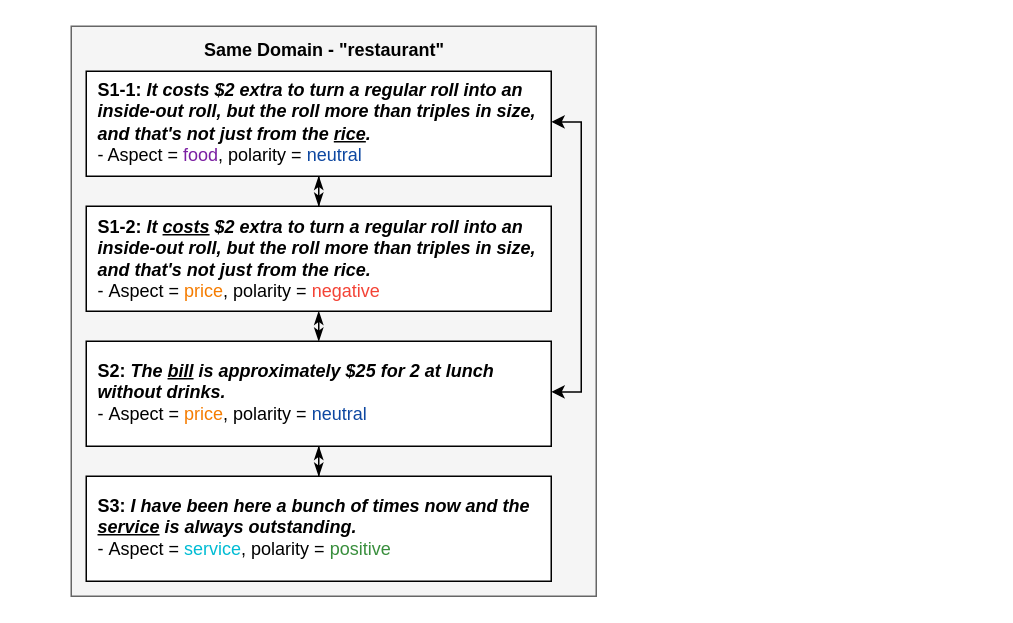
This is Untitled Diagram.drawio from cj-wade/hello-world, a draw.io file, before an edit. Source tidied: cells renumbered, new cells numbered last; positions are measured from the earlier drawing's top-left corner, leaving out a move shared by most shapes. Both pictures are drawn from the tidied source at 150%, with x=0, y=0 at pixel (70, 26).
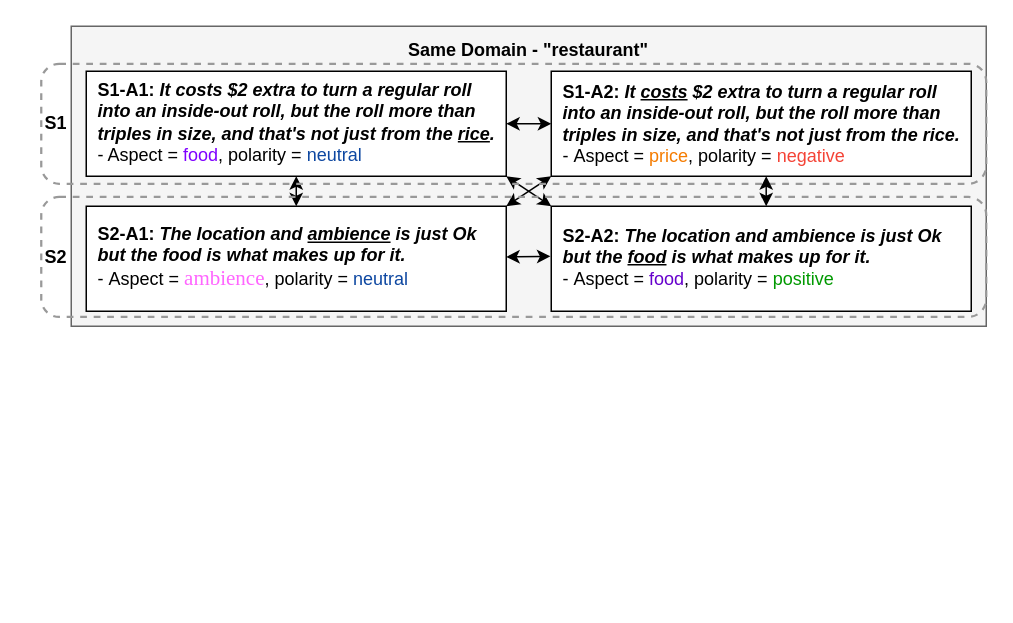
Above is the later version.

What changed in the source:
```diff
@@
     <mxCell id="2" style="rounded=0;whiteSpace=wrap;html=1;fillColor=#f5f5f5;strokeColor=#666666;fontColor=#333333;" parent="1" vertex="1">
-      <mxGeometry width="350" height="380" as="geometry" />
+      <mxGeometry width="610" height="200" as="geometry" />
     </mxCell>
-    <mxCell id="3" style="edgeStyle=orthogonalEdgeStyle;rounded=0;jettySize=auto;html=1;entryX=0.5;entryY=0;entryDx=0;entryDy=0;startArrow=classicThin;startFill=1;endArrow=classicThin;endFill=1;" parent="1" edge="1" source="4" target="8">
-      <mxGeometry relative="1" as="geometry" />
-    </mxCell>
     <mxCell id="4" value="&lt;div class=&quot;mind-clipboard&quot; style=&quot;line-height: 120%&quot;&gt;&lt;div style=&quot;text-align: left&quot;&gt;&lt;br&gt;&lt;/div&gt;&lt;div style=&quot;text-align: left&quot;&gt;&lt;div&gt;&lt;/div&gt;&lt;div&gt;&lt;/div&gt;&lt;div&gt;&lt;/div&gt;&lt;/div&gt;&lt;/div&gt;" style="rounded=0;whiteSpace=wrap;html=1;" parent="1" vertex="1">
-      <mxGeometry x="10" y="30" width="310" height="70" as="geometry" />
+      <mxGeometry x="10" y="30" width="280" height="70" as="geometry" />
     </mxCell>
-    <mxCell id="5" style="edgeStyle=orthogonalEdgeStyle;rounded=0;jettySize=auto;html=1;exitX=1;exitY=0.5;exitDx=0;exitDy=0;entryX=1;entryY=0.5;entryDx=0;entryDy=0;startArrow=classic;startFill=1;" parent="1" edge="1" source="6" target="12">
-      <mxGeometry relative="1" as="geometry" />
-    </mxCell>
-    <mxCell id="6" value="&lt;div style=&quot;text-align: left&quot;&gt;&lt;b&gt;S1-1:&amp;nbsp;&lt;i&gt;It costs $2 extra to turn a regular roll into an inside-out roll, but the roll more than triples in size, and that's not just from the&amp;nbsp;&lt;u&gt;rice&lt;/u&gt;.&amp;nbsp;&lt;/i&gt;&lt;/b&gt;&lt;/div&gt;&lt;div style=&quot;text-align: left&quot;&gt;- Aspect =&amp;nbsp;&lt;font color=&quot;#7b1fa2&quot;&gt;food&lt;/font&gt;, polarity =&amp;nbsp;&lt;font color=&quot;#0d47a1&quot;&gt;neutral&lt;/font&gt;&lt;/div&gt;" style="text;html=1;strokeColor=none;fillColor=none;align=center;verticalAlign=middle;whiteSpace=wrap;rounded=0;" parent="1" vertex="1">
-      <mxGeometry x="17" y="37.5" width="303" height="52.5" as="geometry" />
+    <mxCell id="6" value="&lt;div style=&quot;text-align: left&quot;&gt;&lt;b&gt;S1-A1:&amp;nbsp;&lt;i&gt;It costs $2 extra to turn a regular roll into an inside-out roll, but the roll more than triples in size, and that's not just from the&amp;nbsp;&lt;u&gt;rice&lt;/u&gt;.&amp;nbsp;&lt;/i&gt;&lt;/b&gt;&lt;/div&gt;&lt;div style=&quot;text-align: left&quot;&gt;- Aspect =&amp;nbsp;&lt;font color=&quot;#7f00ff&quot;&gt;food&lt;/font&gt;, polarity =&amp;nbsp;&lt;font color=&quot;#0d47a1&quot;&gt;neutral&lt;/font&gt;&lt;/div&gt;" style="text;html=1;strokeColor=none;fillColor=none;align=center;verticalAlign=middle;whiteSpace=wrap;rounded=0;" parent="1" vertex="1">
+      <mxGeometry x="17" y="37.5" width="273" height="52.5" as="geometry" />
     </mxCell>
-    <mxCell id="7" style="edgeStyle=orthogonalEdgeStyle;rounded=0;jettySize=auto;html=1;exitX=0.5;exitY=1;exitDx=0;exitDy=0;entryX=0.5;entryY=0;entryDx=0;entryDy=0;startArrow=classicThin;startFill=1;endArrow=classicThin;endFill=1;" parent="1" edge="1" source="8" target="11">
-      <mxGeometry relative="1" as="geometry" />
-    </mxCell>
     <mxCell id="8" value="&lt;div class=&quot;mind-clipboard&quot; style=&quot;line-height: 120%&quot;&gt;&lt;div style=&quot;text-align: left&quot;&gt;&lt;br&gt;&lt;/div&gt;&lt;div style=&quot;text-align: left&quot;&gt;&lt;div&gt;&lt;/div&gt;&lt;div&gt;&lt;/div&gt;&lt;div&gt;&lt;/div&gt;&lt;/div&gt;&lt;/div&gt;" style="rounded=0;whiteSpace=wrap;html=1;" parent="1" vertex="1">
-      <mxGeometry x="10" y="120" width="310" height="70" as="geometry" />
+      <mxGeometry x="320" y="30" width="280" height="70" as="geometry" />
     </mxCell>
-    <mxCell id="9" value="&lt;div style=&quot;text-align: left&quot;&gt;&lt;div class=&quot;mind-clipboard&quot;&gt;&lt;b&gt;S1-2: &lt;i&gt;It &lt;u&gt;costs&lt;/u&gt; $2 extra to turn a regular roll into an inside-out roll, but the roll more than triples in size, and that's not just from the rice.&amp;nbsp;&lt;/i&gt;&lt;/b&gt;&lt;div&gt;&lt;div&gt;&lt;/div&gt;-&amp;nbsp;Aspect&amp;nbsp;= &lt;font color=&quot;#f57c00&quot;&gt;price&lt;/font&gt;, polarity = &lt;font color=&quot;#f44336&quot;&gt;negative&lt;/font&gt;&amp;nbsp;&lt;div&gt;&lt;/div&gt;&lt;div&gt;&lt;/div&gt;&lt;/div&gt;&lt;div&gt;&lt;/div&gt;&lt;div&gt;&lt;/div&gt;&lt;div&gt;&lt;/div&gt;&lt;/div&gt;&lt;/div&gt;" style="text;html=1;strokeColor=none;fillColor=none;align=center;verticalAlign=middle;whiteSpace=wrap;rounded=0;" parent="1" vertex="1">
-      <mxGeometry x="17" y="127.5" width="313" height="55" as="geometry" />
+    <mxCell id="9" value="&lt;div style=&quot;text-align: left&quot;&gt;&lt;div class=&quot;mind-clipboard&quot;&gt;&lt;b&gt;S1-A2: &lt;i&gt;It &lt;u&gt;costs&lt;/u&gt; $2 extra to turn a regular roll into an inside-out roll, but the roll more than triples in size, and that's not just from the rice.&amp;nbsp;&lt;/i&gt;&lt;/b&gt;&lt;div&gt;&lt;div&gt;&lt;/div&gt;-&amp;nbsp;Aspect&amp;nbsp;= &lt;font color=&quot;#f57c00&quot;&gt;price&lt;/font&gt;, polarity = &lt;font color=&quot;#f44336&quot;&gt;negative&lt;/font&gt;&amp;nbsp;&lt;div&gt;&lt;/div&gt;&lt;div&gt;&lt;/div&gt;&lt;/div&gt;&lt;div&gt;&lt;/div&gt;&lt;div&gt;&lt;/div&gt;&lt;div&gt;&lt;/div&gt;&lt;/div&gt;&lt;/div&gt;" style="text;html=1;strokeColor=none;fillColor=none;align=center;verticalAlign=middle;whiteSpace=wrap;rounded=0;" parent="1" vertex="1">
+      <mxGeometry x="327" y="37.5" width="273" height="55" as="geometry" />
     </mxCell>
-    <mxCell id="10" style="edgeStyle=orthogonalEdgeStyle;rounded=0;jettySize=auto;html=1;entryX=0.5;entryY=0;entryDx=0;entryDy=0;startArrow=classicThin;startFill=1;endArrow=classicThin;endFill=1;" parent="1" edge="1" source="11" target="13">
-      <mxGeometry relative="1" as="geometry" />
-    </mxCell>
     <mxCell id="11" value="&lt;div class=&quot;mind-clipboard&quot; style=&quot;line-height: 120%&quot;&gt;&lt;div style=&quot;text-align: left&quot;&gt;&lt;br&gt;&lt;/div&gt;&lt;div style=&quot;text-align: left&quot;&gt;&lt;div&gt;&lt;/div&gt;&lt;div&gt;&lt;/div&gt;&lt;div&gt;&lt;/div&gt;&lt;/div&gt;&lt;/div&gt;" style="rounded=0;whiteSpace=wrap;html=1;" parent="1" vertex="1">
-      <mxGeometry x="10" y="210" width="310" height="70" as="geometry" />
+      <mxGeometry x="10" y="120" width="280" height="70" as="geometry" />
     </mxCell>
-    <mxCell id="12" value="&lt;div style=&quot;text-align: left&quot;&gt;&lt;div class=&quot;mind-clipboard&quot;&gt;&lt;b&gt;S2:&amp;nbsp;&lt;/b&gt;&lt;b&gt;&lt;i&gt;The &lt;u&gt;bill&lt;/u&gt; is approximately $25 for 2 at lunch without drinks.&amp;nbsp;&lt;/i&gt;&lt;/b&gt;&lt;br&gt;&lt;div&gt;&lt;div&gt;&lt;/div&gt;-&amp;nbsp;Aspect&amp;nbsp;=&amp;nbsp;&lt;font color=&quot;#f57c00&quot;&gt;price&lt;/font&gt;, polarity = &lt;font color=&quot;#0d47a1&quot;&gt;neutral&lt;/font&gt;&lt;div&gt;&lt;/div&gt;&lt;div&gt;&lt;/div&gt;&lt;/div&gt;&lt;div&gt;&lt;/div&gt;&lt;div&gt;&lt;/div&gt;&lt;div&gt;&lt;/div&gt;&lt;/div&gt;&lt;/div&gt;" style="text;html=1;strokeColor=none;fillColor=none;align=center;verticalAlign=middle;whiteSpace=wrap;rounded=0;" parent="1" vertex="1">
-      <mxGeometry x="17" y="217.5" width="303" height="52.5" as="geometry" />
+    <mxCell id="12" value="&lt;div style=&quot;text-align: left&quot;&gt;&lt;div class=&quot;mind-clipboard&quot;&gt;&lt;b&gt;S2-A1:&amp;nbsp;&lt;/b&gt;&lt;span style=&quot;text-align: justify&quot;&gt;&lt;font style=&quot;font-size: 12px&quot;&gt;&lt;b&gt;&lt;i&gt;The location and &lt;u&gt;ambience&lt;/u&gt; is just Ok but the food is what makes up for it.&lt;/i&gt;&lt;/b&gt;&lt;/font&gt;&lt;/span&gt;&lt;/div&gt;&lt;div class=&quot;mind-clipboard&quot;&gt;&lt;div&gt;&lt;div&gt;&lt;/div&gt;-&amp;nbsp;Aspect&amp;nbsp;=&amp;nbsp;&lt;span style=&quot;font-family: &amp;#34;times new roman&amp;#34; ; font-size: 10.5pt&quot;&gt;&lt;font color=&quot;#ff66ff&quot;&gt;ambience&lt;/font&gt;&lt;/span&gt;&lt;span&gt;, polarity = &lt;/span&gt;&lt;font color=&quot;#0d47a1&quot;&gt;neutral&lt;/font&gt;&lt;/div&gt;&lt;div&gt;&lt;div&gt;&lt;/div&gt;&lt;div&gt;&lt;/div&gt;&lt;/div&gt;&lt;div&gt;&lt;/div&gt;&lt;div&gt;&lt;/div&gt;&lt;div&gt;&lt;/div&gt;&lt;/div&gt;&lt;/div&gt;" style="text;html=1;strokeColor=none;fillColor=none;align=center;verticalAlign=middle;whiteSpace=wrap;rounded=0;" parent="1" vertex="1">
+      <mxGeometry x="17" y="127.5" width="273" height="52.5" as="geometry" />
     </mxCell>
-    <mxCell id="13" value="&lt;div class=&quot;mind-clipboard&quot; style=&quot;line-height: 120%&quot;&gt;&lt;div style=&quot;text-align: left&quot;&gt;&lt;br&gt;&lt;/div&gt;&lt;div style=&quot;text-align: left&quot;&gt;&lt;div&gt;&lt;/div&gt;&lt;div&gt;&lt;/div&gt;&lt;div&gt;&lt;/div&gt;&lt;/div&gt;&lt;/div&gt;" style="rounded=0;whiteSpace=wrap;html=1;" parent="1" vertex="1">
-      <mxGeometry x="10" y="300" width="310" height="70" as="geometry" />
-    </mxCell>
-    <mxCell id="14" value="&lt;div style=&quot;text-align: left&quot;&gt;&lt;div class=&quot;mind-clipboard&quot;&gt;&lt;b&gt;S3:&amp;nbsp;&lt;/b&gt;&lt;b&gt;&lt;i&gt;I have been here a bunch of times now and the &lt;u&gt;service&lt;/u&gt; is always outstanding.&lt;/i&gt;&lt;/b&gt;&lt;br&gt;&lt;div&gt;&lt;div&gt;&lt;/div&gt;-&amp;nbsp;Aspect&amp;nbsp;=&amp;nbsp;&lt;font color=&quot;#00bcd4&quot;&gt;service&lt;/font&gt;, polarity = &lt;font color=&quot;#388e3c&quot;&gt;positive&lt;/font&gt;&lt;div&gt;&lt;/div&gt;&lt;div&gt;&lt;/div&gt;&lt;/div&gt;&lt;div&gt;&lt;/div&gt;&lt;div&gt;&lt;/div&gt;&lt;div&gt;&lt;/div&gt;&lt;/div&gt;&lt;/div&gt;" style="text;html=1;strokeColor=none;fillColor=none;align=center;verticalAlign=middle;whiteSpace=wrap;rounded=0;" parent="1" vertex="1">
-      <mxGeometry x="17" y="307.5" width="293" height="52.5" as="geometry" />
-    </mxCell>
     <mxCell id="15" value="&lt;b&gt;Same Domain - &quot;restaurant&quot;&lt;/b&gt;" style="text;html=1;strokeColor=none;fillColor=none;align=center;verticalAlign=middle;whiteSpace=wrap;rounded=0;" parent="1" vertex="1">
-      <mxGeometry x="86.5" y="10" width="164" height="12" as="geometry" />
+      <mxGeometry x="223" y="10" width="164" height="12" as="geometry" />
     </mxCell>
+    <mxCell id="16" style="endArrow=classic;startArrow=classic;html=1;entryX=0;entryY=0.5;entryDx=0;entryDy=0;" parent="1" edge="1" target="8">
+      <mxGeometry relative="1" as="geometry">
+        <mxPoint x="290" y="65" as="sourcePoint" />
+      </mxGeometry>
+    </mxCell>
+    <mxCell id="17" value="&lt;div class=&quot;mind-clipboard&quot; style=&quot;line-height: 120%&quot;&gt;&lt;div style=&quot;text-align: left&quot;&gt;&lt;br&gt;&lt;/div&gt;&lt;div style=&quot;text-align: left&quot;&gt;&lt;div&gt;&lt;/div&gt;&lt;div&gt;&lt;/div&gt;&lt;div&gt;&lt;/div&gt;&lt;/div&gt;&lt;/div&gt;" style="rounded=0;whiteSpace=wrap;html=1;" parent="1" vertex="1">
+      <mxGeometry x="320" y="120" width="280" height="70" as="geometry" />
+    </mxCell>
+    <mxCell id="18" value="&lt;div style=&quot;text-align: left&quot;&gt;&lt;div class=&quot;mind-clipboard&quot;&gt;&lt;b&gt;S2-A2:&amp;nbsp;&lt;/b&gt;&lt;span style=&quot;text-align: justify&quot;&gt;&lt;font style=&quot;font-size: 12px&quot;&gt;&lt;b&gt;&lt;i&gt;The location and ambience is just Ok but the &lt;u&gt;food&lt;/u&gt; is what makes up for it.&lt;/i&gt;&lt;/b&gt;&lt;/font&gt;&lt;/span&gt;&lt;/div&gt;&lt;div class=&quot;mind-clipboard&quot;&gt;&lt;div&gt;&lt;div&gt;&lt;/div&gt;-&amp;nbsp;Aspect&amp;nbsp;= &lt;font color=&quot;#6600cc&quot;&gt;food&lt;/font&gt;, polarity = &lt;font color=&quot;#009900&quot;&gt;positive&lt;/font&gt;&lt;div&gt;&lt;/div&gt;&lt;div&gt;&lt;/div&gt;&lt;/div&gt;&lt;div&gt;&lt;/div&gt;&lt;div&gt;&lt;/div&gt;&lt;div&gt;&lt;/div&gt;&lt;/div&gt;&lt;/div&gt;" style="text;html=1;strokeColor=none;fillColor=none;align=center;verticalAlign=middle;whiteSpace=wrap;rounded=0;" parent="1" vertex="1">
+      <mxGeometry x="327" y="127.5" width="273" height="52.5" as="geometry" />
+    </mxCell>
+    <mxCell id="19" style="endArrow=classic;startArrow=classic;html=1;entryX=-0.002;entryY=0.477;entryDx=0;entryDy=0;entryPerimeter=0;exitX=1;exitY=0.5;exitDx=0;exitDy=0;" parent="1" edge="1" source="12" target="17">
+      <mxGeometry relative="1" as="geometry" />
+    </mxCell>
+    <mxCell id="20" style="endArrow=classic;startArrow=classic;html=1;exitX=0.5;exitY=0;exitDx=0;exitDy=0;entryX=0.5;entryY=1;entryDx=0;entryDy=0;" parent="1" edge="1" source="11" target="4">
+      <mxGeometry relative="1" as="geometry" />
+    </mxCell>
+    <mxCell id="21" style="endArrow=classic;startArrow=classic;html=1;exitX=1;exitY=1;exitDx=0;exitDy=0;entryX=0;entryY=0;entryDx=0;entryDy=0;" parent="1" edge="1" source="4" target="17">
+      <mxGeometry relative="1" as="geometry" />
+    </mxCell>
+    <mxCell id="22" style="endArrow=classic;startArrow=classic;html=1;entryX=0;entryY=1;entryDx=0;entryDy=0;exitX=1;exitY=0;exitDx=0;exitDy=0;" parent="1" edge="1" source="11" target="8">
+      <mxGeometry relative="1" as="geometry" />
+    </mxCell>
+    <mxCell id="23" style="rounded=1;whiteSpace=wrap;html=1;fillColor=none;dashed=1;strokeColor=#999999;strokeWidth=1.5;" parent="1" vertex="1">
+      <mxGeometry x="-20" y="113.8" width="630" height="80" as="geometry" />
+    </mxCell>
+    <mxCell id="24" value="&lt;b&gt;S1&lt;/b&gt;" style="text;html=1;strokeColor=none;fillColor=none;align=center;verticalAlign=middle;whiteSpace=wrap;rounded=0;dashed=1;" parent="1" vertex="1">
+      <mxGeometry x="-30" y="55" width="40" height="20" as="geometry" />
+    </mxCell>
+    <mxCell id="25" value="&lt;b&gt;S2&lt;/b&gt;" style="text;html=1;strokeColor=none;fillColor=none;align=center;verticalAlign=middle;whiteSpace=wrap;rounded=0;dashed=1;" parent="1" vertex="1">
+      <mxGeometry x="-30" y="143.8" width="40" height="20" as="geometry" />
+    </mxCell>
+    <mxCell id="26" style="rounded=1;whiteSpace=wrap;html=1;fillColor=none;dashed=1;strokeColor=#999999;strokeWidth=1.5;" parent="1" vertex="1">
+      <mxGeometry x="-20" y="25" width="630" height="80" as="geometry" />
+    </mxCell>
+    <mxCell id="27" style="endArrow=classic;startArrow=classic;html=1;exitX=0.5;exitY=0;exitDx=0;exitDy=0;entryX=0.5;entryY=1;entryDx=0;entryDy=0;" parent="1" edge="1">
+      <mxGeometry relative="1" as="geometry">
+        <mxPoint x="463.3" y="120" as="sourcePoint" />
+        <mxPoint x="463.3" y="100" as="targetPoint" />
+      </mxGeometry>
+    </mxCell>
```
